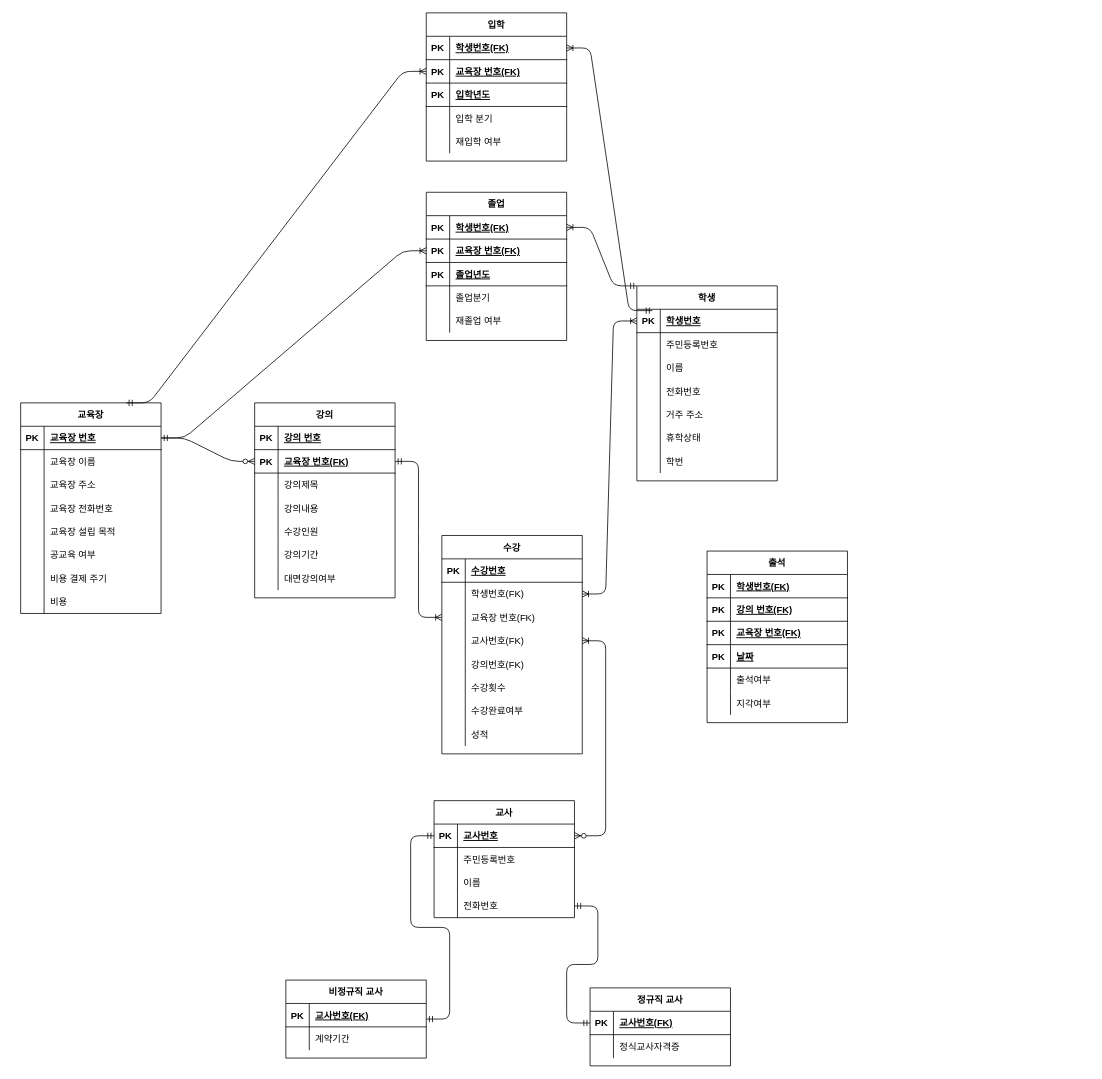
Earlier version of the draw.io diagram Untitled Diagram.drawio (iks15174/block_crash_javascripte). Source tidied: cells renumbered, new cells numbered last; positions are measured from the earlier drawing's top-left corner, leaving out a move shared by most shapes. Both pictures are drawn from the tidied source at 78%, with x=0, y=0 at pixel (20, 12).
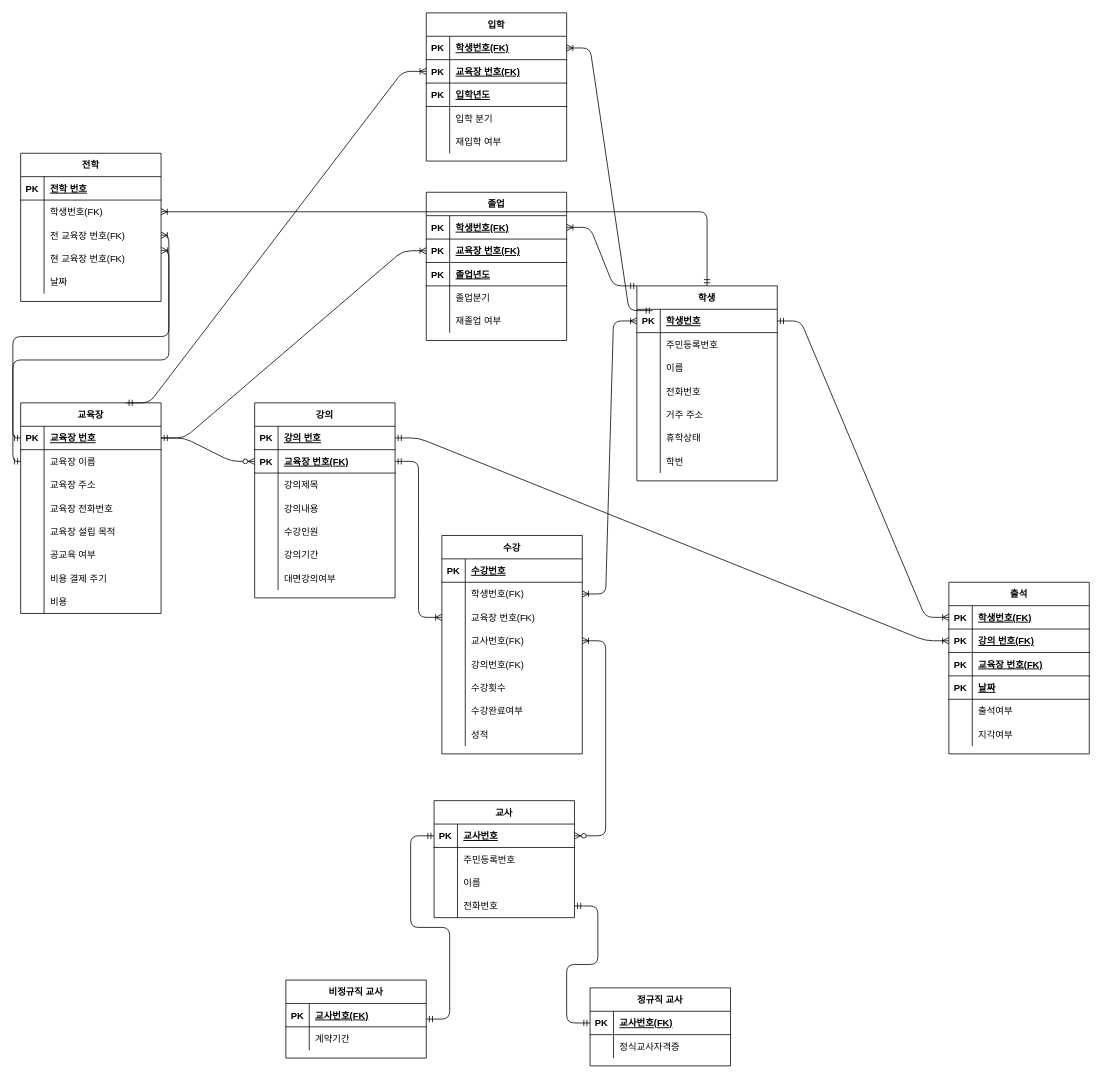
The same diagram, later.

Unchanged cells that the change refers to:
```xml
<mxCell id="3" style="shape=partialRectangle;fillColor=none;top=0;left=0;bottom=1;right=0;points=[[0,0.5],[1,0.5]];portConstraint=eastwest;" parent="2" vertex="1">
  <mxGeometry y="30" width="180" height="30" as="geometry" />
</mxCell>
<mxCell id="6" style="shape=partialRectangle;fillColor=none;top=0;left=0;bottom=0;right=0;points=[[0,0.5],[1,0.5]];portConstraint=eastwest;" parent="2" vertex="1">
  <mxGeometry y="60" width="180" height="30" as="geometry" />
</mxCell>
<mxCell id="27" value="학생" style="shape=table;startSize=30;childLayout=tableLayout;rowLines=0;fontStyle=1;align=center;" parent="1" vertex="1">
  <mxGeometry x="790" y="350" width="180" height="250" as="geometry" />
</mxCell>
<mxCell id="28" style="shape=partialRectangle;fillColor=none;top=0;left=0;bottom=1;right=0;points=[[0,0.5],[1,0.5]];portConstraint=eastwest;" parent="27" vertex="1">
  <mxGeometry y="30" width="180" height="30" as="geometry" />
</mxCell>
<mxCell id="75" style="shape=partialRectangle;fillColor=none;top=0;left=0;bottom=1;right=0;points=[[0,0.5],[1,0.5]];portConstraint=eastwest;" parent="74" vertex="1">
  <mxGeometry y="30" width="180" height="30" as="geometry" />
</mxCell>
<mxCell id="166" style="shape=partialRectangle;fillColor=none;top=0;left=0;bottom=1;right=0;points=[[0,0.5],[1,0.5]];portConstraint=eastwest;" parent="165" vertex="1">
  <mxGeometry y="30" width="180" height="30" as="geometry" />
</mxCell>
<mxCell id="169" style="shape=partialRectangle;fillColor=none;top=0;left=0;bottom=1;right=0;points=[[0,0.5],[1,0.5]];portConstraint=eastwest;" parent="165" vertex="1">
  <mxGeometry y="60" width="180" height="30" as="geometry" />
</mxCell>
```

Diff of the diagram source:
```diff
@@
     <mxCell id="165" value="출석" style="shape=table;startSize=30;childLayout=tableLayout;rowLines=0;fontStyle=1;align=center;" parent="1" vertex="1">
-      <mxGeometry x="880" y="690" width="180" height="220" as="geometry" />
+      <mxGeometry x="1190" y="730" width="180" height="220" as="geometry" />
     </mxCell>
@@
+    <mxCell id="184" style="edgeStyle=entityRelationEdgeStyle;fontSize=12;html=1;endArrow=ERoneToMany;startArrow=ERmandOne;exitX=1;exitY=0.5;exitDx=0;exitDy=0;" parent="1" edge="1" source="75" target="169">
+      <mxGeometry relative="1" as="geometry" />
+    </mxCell>
+    <mxCell id="185" style="edgeStyle=entityRelationEdgeStyle;fontSize=12;html=1;endArrow=ERoneToMany;startArrow=ERmandOne;entryX=0;entryY=0.5;entryDx=0;entryDy=0;exitX=1;exitY=0.5;exitDx=0;exitDy=0;" parent="1" edge="1" source="28" target="166">
+      <mxGeometry relative="1" as="geometry" />
+    </mxCell>
+    <mxCell id="186" value="전학" style="shape=table;startSize=30;childLayout=tableLayout;rowLines=0;fontStyle=1;align=center;" parent="1" vertex="1">
+      <mxGeometry y="180" width="180" height="190" as="geometry" />
+    </mxCell>
+    <mxCell id="187" style="shape=partialRectangle;fillColor=none;top=0;left=0;bottom=1;right=0;" parent="186" vertex="1">
+      <mxGeometry y="30" width="180" height="30" as="geometry" />
+    </mxCell>
+    <mxCell id="188" value="PK" style="shape=partialRectangle;fillColor=none;top=0;left=0;bottom=0;right=0;fontStyle=1;overflow=hidden;" parent="187" vertex="1">
+      <mxGeometry width="30" height="30" as="geometry" />
+    </mxCell>
+    <mxCell id="189" value="전학 번호" style="shape=partialRectangle;fillColor=none;top=0;left=0;bottom=0;right=0;align=left;spacingLeft=6;fontStyle=5;overflow=hidden;" parent="187" vertex="1">
+      <mxGeometry x="30" width="150" height="30" as="geometry" />
+    </mxCell>
+    <mxCell id="190" style="shape=partialRectangle;fillColor=none;top=0;left=0;bottom=0;right=0;points=[[0,0.5],[1,0.5]];portConstraint=eastwest;" parent="186" vertex="1">
+      <mxGeometry y="60" width="180" height="30" as="geometry" />
+    </mxCell>
+    <mxCell id="191" style="shape=partialRectangle;fillColor=none;top=0;left=0;bottom=0;right=0;overflow=hidden;" parent="190" vertex="1">
+      <mxGeometry width="30" height="30" as="geometry" />
+    </mxCell>
+    <mxCell id="192" value="학생번호(FK)" style="shape=partialRectangle;fillColor=none;top=0;left=0;bottom=0;right=0;align=left;spacingLeft=6;overflow=hidden;" parent="190" vertex="1">
+      <mxGeometry x="30" width="150" height="30" as="geometry" />
+    </mxCell>
+    <mxCell id="193" style="shape=partialRectangle;fillColor=none;top=0;left=0;bottom=0;right=0;points=[[0,0.5],[1,0.5]];portConstraint=eastwest;" parent="186" vertex="1">
+      <mxGeometry y="90" width="180" height="30" as="geometry" />
+    </mxCell>
+    <mxCell id="194" style="shape=partialRectangle;fillColor=none;top=0;left=0;bottom=0;right=0;overflow=hidden;" parent="193" vertex="1">
+      <mxGeometry width="30" height="30" as="geometry" />
+    </mxCell>
+    <mxCell id="195" value="전 교육장 번호(FK)" style="shape=partialRectangle;fillColor=none;top=0;left=0;bottom=0;right=0;align=left;spacingLeft=6;overflow=hidden;" parent="193" vertex="1">
+      <mxGeometry x="30" width="150" height="30" as="geometry" />
+    </mxCell>
+    <mxCell id="196" style="shape=partialRectangle;fillColor=none;top=0;left=0;bottom=0;right=0;points=[[0,0.5],[1,0.5]];portConstraint=eastwest;" parent="186" vertex="1">
+      <mxGeometry y="120" width="180" height="30" as="geometry" />
+    </mxCell>
+    <mxCell id="197" style="shape=partialRectangle;fillColor=none;top=0;left=0;bottom=0;right=0;overflow=hidden;" parent="196" vertex="1">
+      <mxGeometry width="30" height="30" as="geometry" />
+    </mxCell>
+    <mxCell id="198" value="현 교육장 번호(FK)" style="shape=partialRectangle;fillColor=none;top=0;left=0;bottom=0;right=0;align=left;spacingLeft=6;overflow=hidden;" parent="196" vertex="1">
+      <mxGeometry x="30" width="150" height="30" as="geometry" />
+    </mxCell>
+    <mxCell id="199" style="shape=partialRectangle;fillColor=none;top=0;left=0;bottom=0;right=0;" parent="186" vertex="1">
+      <mxGeometry y="150" width="180" height="30" as="geometry" />
+    </mxCell>
+    <mxCell id="200" style="shape=partialRectangle;fillColor=none;top=0;left=0;bottom=0;right=0;overflow=hidden;" parent="199" vertex="1">
+      <mxGeometry width="30" height="30" as="geometry" />
+    </mxCell>
+    <mxCell id="201" value="날짜" style="shape=partialRectangle;fillColor=none;top=0;left=0;bottom=0;right=0;align=left;spacingLeft=6;overflow=hidden;" parent="199" vertex="1">
+      <mxGeometry x="30" width="150" height="30" as="geometry" />
+    </mxCell>
+    <mxCell id="202" style="edgeStyle=orthogonalEdgeStyle;fontSize=12;html=1;endArrow=ERoneToMany;startArrow=ERmandOne;entryX=1;entryY=0.5;entryDx=0;entryDy=0;exitX=0;exitY=0.5;exitDx=0;exitDy=0;" parent="1" edge="1" source="3" target="193">
+      <mxGeometry relative="1" as="geometry" />
+    </mxCell>
+    <mxCell id="203" style="edgeStyle=orthogonalEdgeStyle;fontSize=12;html=1;endArrow=ERoneToMany;startArrow=ERmandOne;entryX=1;entryY=0.5;entryDx=0;entryDy=0;exitX=0.5;exitY=0;exitDx=0;exitDy=0;" parent="1" edge="1" source="27" target="190">
+      <mxGeometry relative="1" as="geometry" />
+    </mxCell>
+    <mxCell id="204" style="edgeStyle=orthogonalEdgeStyle;fontSize=12;html=1;endArrow=ERoneToMany;startArrow=ERmandOne;entryX=1.002;entryY=0.152;entryDx=0;entryDy=0;entryPerimeter=0;" parent="1" edge="1" source="6" target="196">
+      <mxGeometry relative="1" as="geometry" />
+    </mxCell>
```
